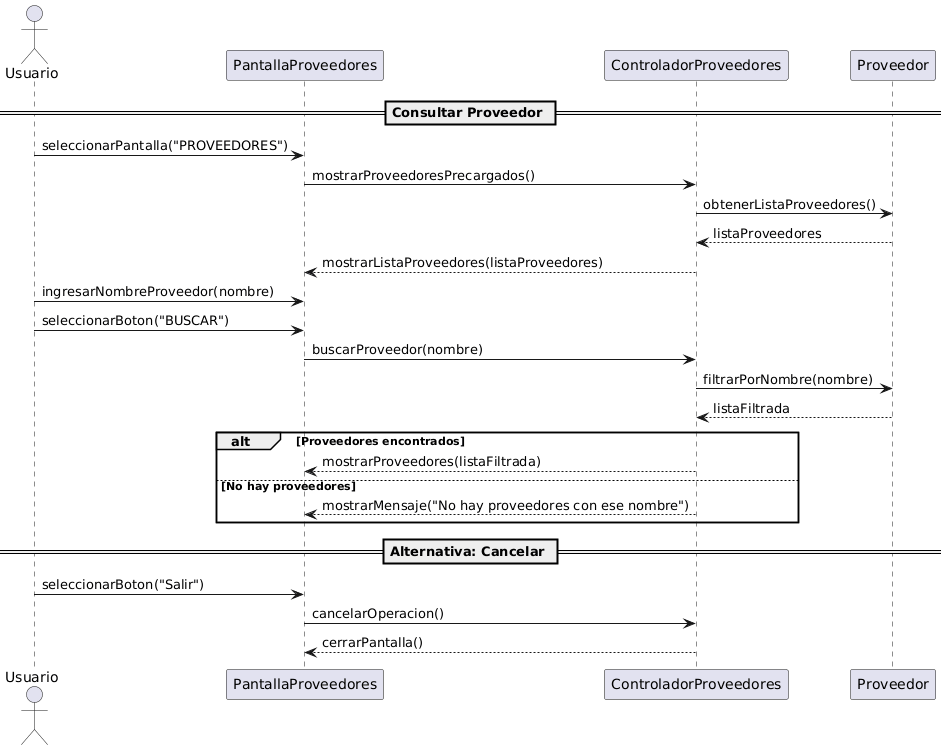
The PlantUML diagram 08 - Diagrama de secuencia/04 - Proveedores/Consultar proveedor.png in EmanuelMonella/baterias, before a commit. The source it was exported from:
```plantuml
@startuml
actor Usuario
participant PantallaProveedores
participant ControladorProveedores
participant Proveedor

== Consultar Proveedor ==

Usuario -> PantallaProveedores : seleccionarPantalla("PROVEEDORES")
PantallaProveedores -> ControladorProveedores : mostrarProveedoresPrecargados()
ControladorProveedores -> Proveedor : obtenerListaProveedores()
Proveedor --> ControladorProveedores : listaProveedores
ControladorProveedores --> PantallaProveedores : mostrarListaProveedores(listaProveedores)

Usuario -> PantallaProveedores : ingresarNombreProveedor(nombre)
Usuario -> PantallaProveedores : seleccionarBoton("BUSCAR")
PantallaProveedores -> ControladorProveedores : buscarProveedor(nombre)
ControladorProveedores -> Proveedor : filtrarPorNombre(nombre)
Proveedor --> ControladorProveedores : listaFiltrada

alt Proveedores encontrados
    ControladorProveedores --> PantallaProveedores : mostrarProveedores(listaFiltrada)
else No hay proveedores
    ControladorProveedores --> PantallaProveedores : mostrarMensaje("No hay proveedores con ese nombre")
end

== Alternativa: Cancelar ==
Usuario -> PantallaProveedores : seleccionarBoton("Salir")
PantallaProveedores -> ControladorProveedores : cancelarOperacion()
ControladorProveedores --> PantallaProveedores : cerrarPantalla()
@enduml
```
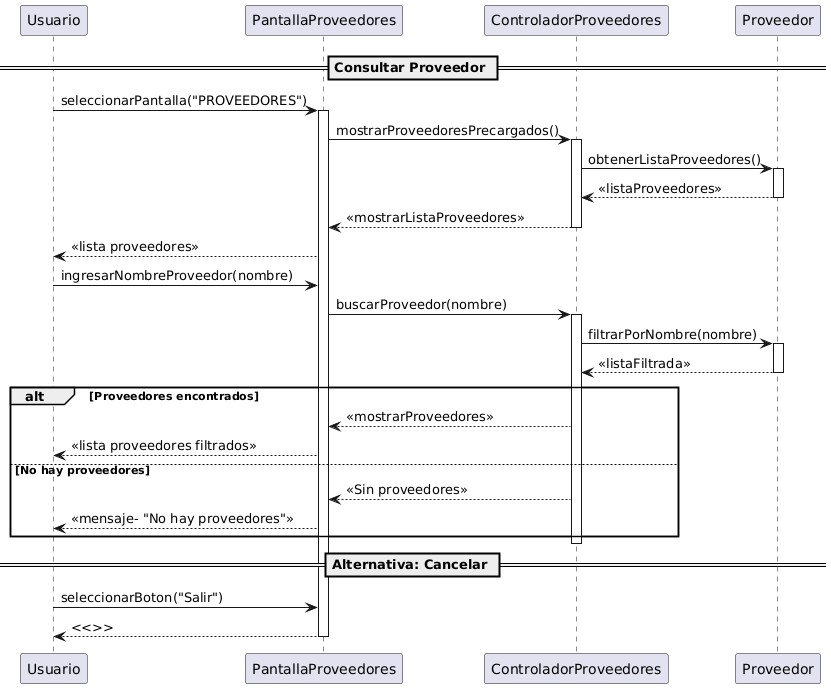
The same file after the commit.

Commit message:
Correccion dss proveedores

Change to the diagram source:
```diff
@@ -1,31 +1,41 @@
 @startuml
-actor Usuario
-participant PantallaProveedores
-participant ControladorProveedores
-participant Proveedor
-
 == Consultar Proveedor ==
 
 Usuario -> PantallaProveedores : seleccionarPantalla("PROVEEDORES")
+activate PantallaProveedores
+
 PantallaProveedores -> ControladorProveedores : mostrarProveedoresPrecargados()
+activate ControladorProveedores
+
 ControladorProveedores -> Proveedor : obtenerListaProveedores()
-Proveedor --> ControladorProveedores : listaProveedores
-ControladorProveedores --> PantallaProveedores : mostrarListaProveedores(listaProveedores)
+activate Proveedor
+Proveedor --> ControladorProveedores : <<listaProveedores>>
+deactivate Proveedor
 
+ControladorProveedores --> PantallaProveedores : <<mostrarListaProveedores>>
+deactivate ControladorProveedores
+PantallaProveedores --> Usuario : <<lista proveedores>>
 Usuario -> PantallaProveedores : ingresarNombreProveedor(nombre)
-Usuario -> PantallaProveedores : seleccionarBoton("BUSCAR")
+
 PantallaProveedores -> ControladorProveedores : buscarProveedor(nombre)
+activate ControladorProveedores
+
 ControladorProveedores -> Proveedor : filtrarPorNombre(nombre)
-Proveedor --> ControladorProveedores : listaFiltrada
+activate Proveedor
+Proveedor --> ControladorProveedores : <<listaFiltrada>>
+deactivate Proveedor
 
 alt Proveedores encontrados
-    ControladorProveedores --> PantallaProveedores : mostrarProveedores(listaFiltrada)
+    ControladorProveedores --> PantallaProveedores : <<mostrarProveedores>>
+    PantallaProveedores --> Usuario : <<lista proveedores filtrados>>
 else No hay proveedores
-    ControladorProveedores --> PantallaProveedores : mostrarMensaje("No hay proveedores con ese nombre")
+    ControladorProveedores --> PantallaProveedores : <<Sin proveedores>>
+    PantallaProveedores --> Usuario : <<mensaje- "No hay proveedores">>
 end
+deactivate ControladorProveedores
 
 == Alternativa: Cancelar ==
 Usuario -> PantallaProveedores : seleccionarBoton("Salir")
-PantallaProveedores -> ControladorProveedores : cancelarOperacion()
-ControladorProveedores --> PantallaProveedores : cerrarPantalla()
+PantallaProveedores --> Usuario : <<>>
+deactivate PantallaProveedores
 @enduml
```
